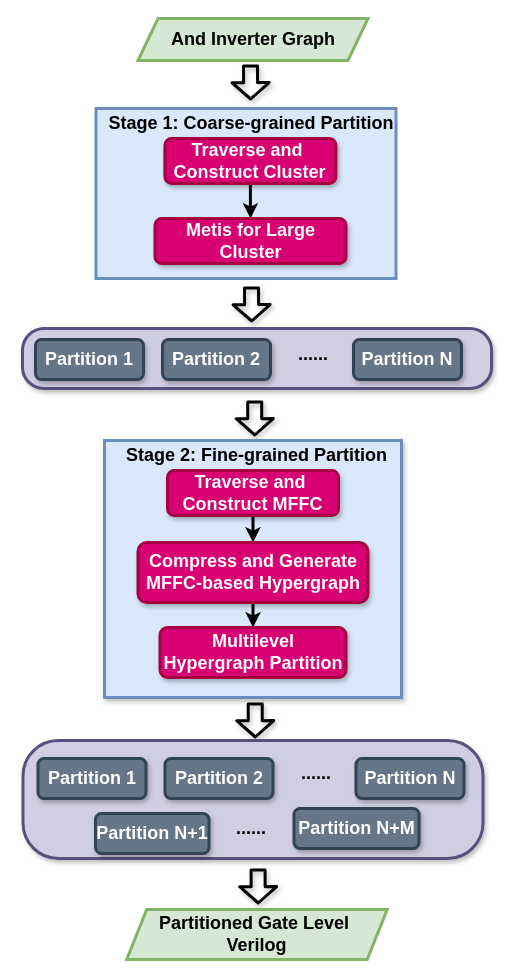
Earlier version of the draw.io diagram PartitionFlow.drawio (kxzhu0505/LogicSynOpt). Source tidied: cells renumbered, new cells numbered last; positions are measured from the earlier drawing's top-left corner, leaving out a move shared by most shapes. Both pictures are drawn from the tidied source at 100%, with x=0, y=0 at pixel (22, 18).
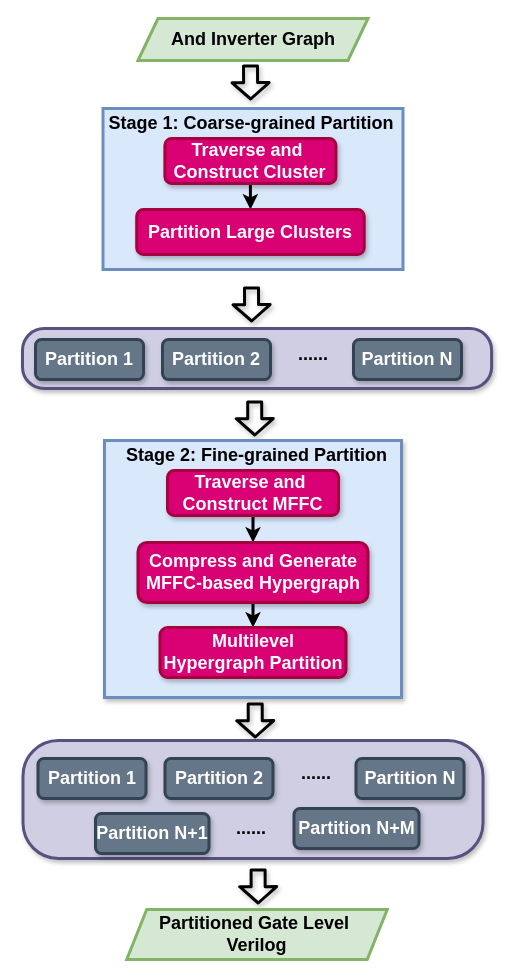
Above is the later version.

What changed in the source:
```diff
@@
     <mxCell id="28" style="rounded=0;whiteSpace=wrap;html=1;strokeWidth=3;fillColor=#dae8fc;strokeColor=#6c8ebf;" parent="1" vertex="1">
-      <mxGeometry x="73.5" y="90" width="300" height="170" as="geometry" />
+      <mxGeometry x="80.5" y="90" width="300" height="161" as="geometry" />
     </mxCell>
@@
-    <mxCell id="34" value="&lt;b style=&quot;&quot;&gt;&lt;font style=&quot;font-size: 18px;&quot;&gt;Metis for Large Cluster&lt;/font&gt;&lt;/b&gt;" style="rounded=1;whiteSpace=wrap;html=1;fillColor=#d80073;strokeColor=#A50040;strokeWidth=3;shadow=1;fontColor=#ffffff;" parent="1" vertex="1">
-      <mxGeometry x="132.5" y="200" width="191" height="45" as="geometry" />
+    <mxCell id="34" value="&lt;b style=&quot;&quot;&gt;&lt;font style=&quot;font-size: 18px;&quot;&gt;Partition Large Clusters&lt;/font&gt;&lt;/b&gt;" style="rounded=1;whiteSpace=wrap;html=1;fillColor=#d80073;strokeColor=#A50040;strokeWidth=3;shadow=1;fontColor=#ffffff;" parent="1" vertex="1">
+      <mxGeometry x="114.2" y="191" width="227.5" height="45" as="geometry" />
     </mxCell>
```
